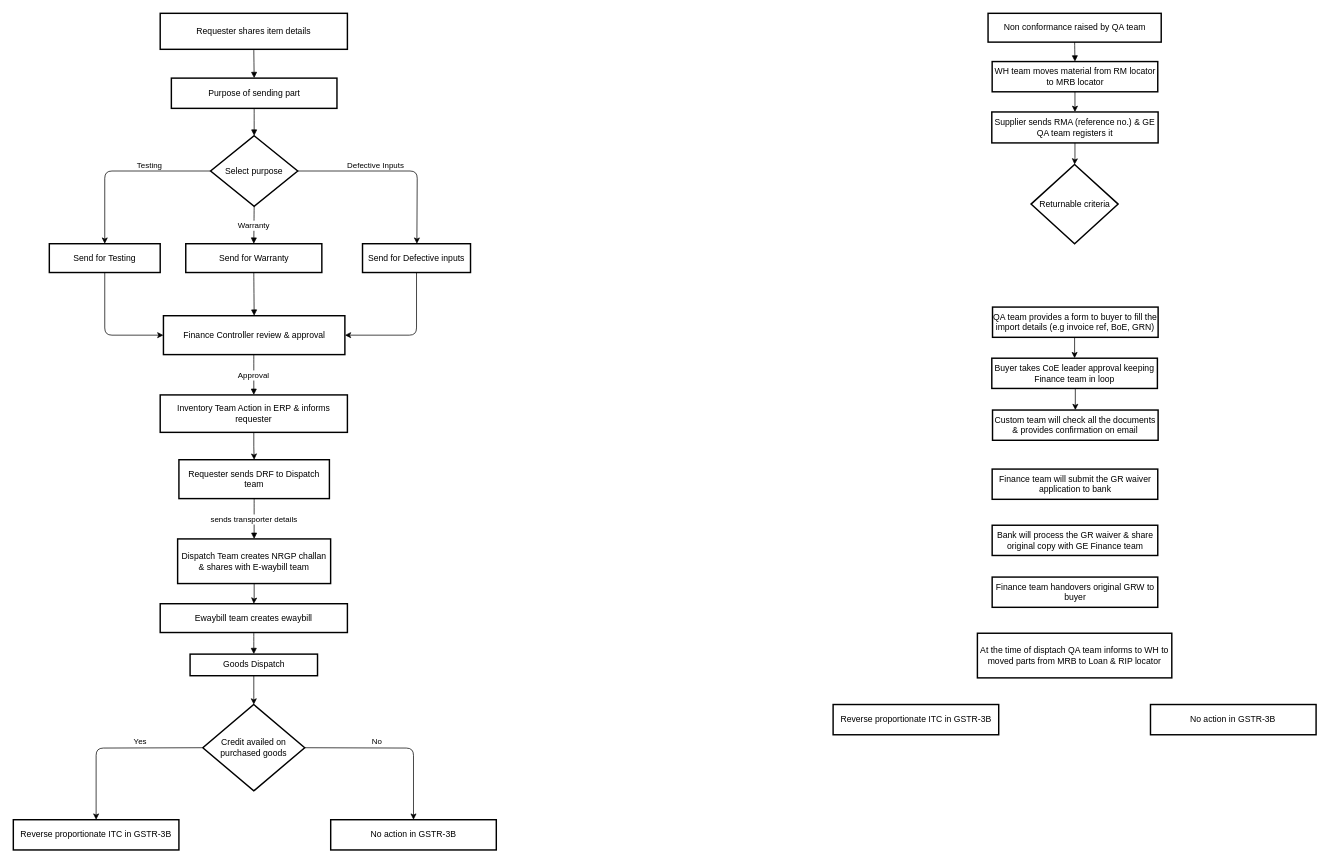
apk1995apk/M3 keeps this draw.io diagram as NRGP Flow.drawio. Above is the earlier version. Source tidied: cells renumbered, new cells numbered last; positions are measured from the earlier drawing's top-left corner, leaving out a move shared by most shapes. Both pictures are drawn from the tidied source at 72%, with x=0, y=0 at pixel (13, 13).
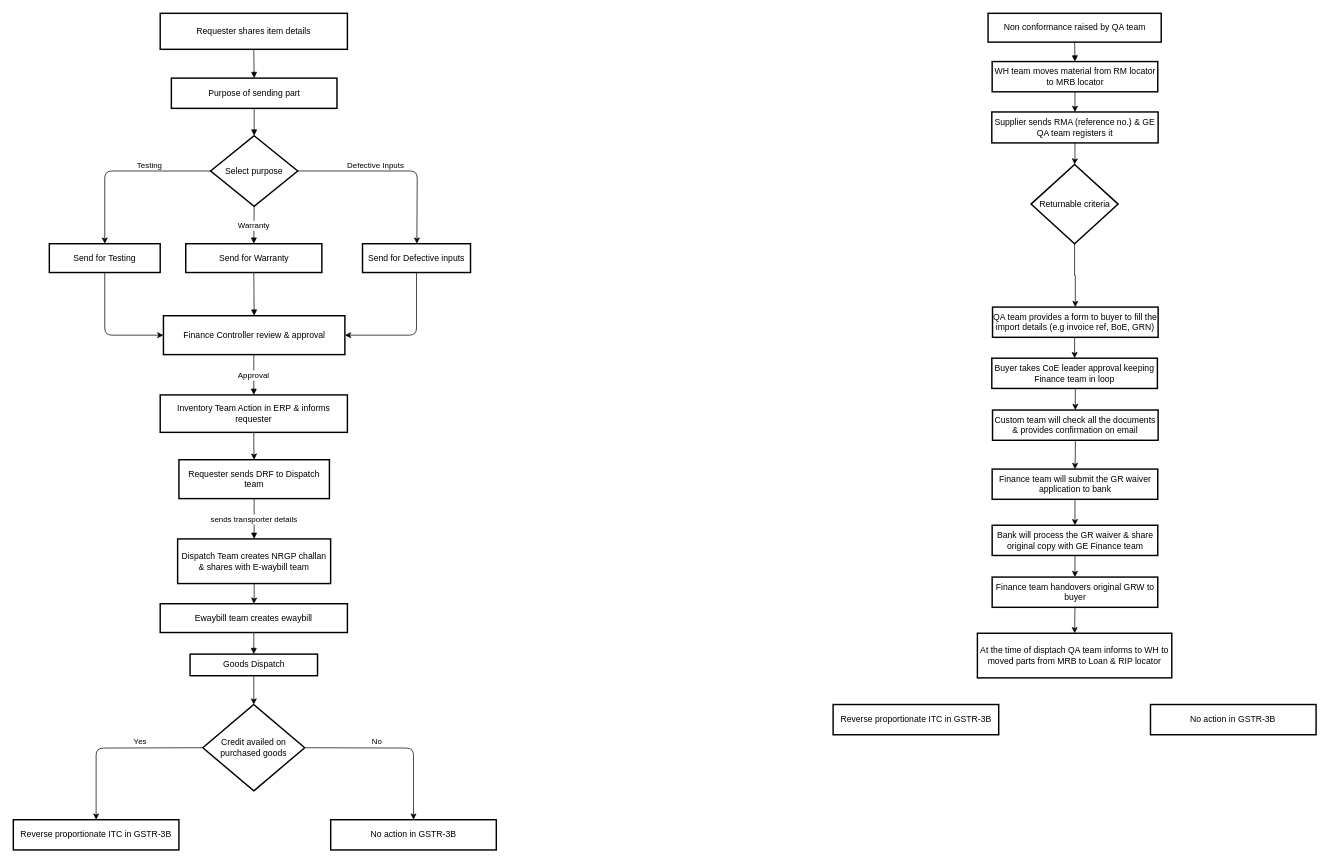
After the change.

The change refers to these unchanged cells:
```xml
<mxCell id="45" value="QA team provides a form to buyer to fill the import details (e.g invoice ref, BoE, GRN)" style="whiteSpace=wrap;strokeWidth=2;" parent="1" vertex="1">
  <mxGeometry x="1360" y="408" width="230" height="42" as="geometry" />
</mxCell>
<mxCell id="50" value="At the time of disptach QA team informs to WH to moved parts from MRB to Loan &amp; RIP locator" style="whiteSpace=wrap;strokeWidth=2;" parent="1" vertex="1">
  <mxGeometry x="1339" y="861" width="270" height="62" as="geometry" />
</mxCell>
<mxCell id="51" value="Finance team will submit the GR waiver application to bank" style="whiteSpace=wrap;strokeWidth=2;" parent="1" vertex="1">
  <mxGeometry x="1359.5" y="633" width="230" height="42" as="geometry" />
</mxCell>
<mxCell id="52" value="Custom team will check all the documents &amp; provides confirmation on email" style="whiteSpace=wrap;strokeWidth=2;" parent="1" vertex="1">
  <mxGeometry x="1360" y="551" width="230" height="42" as="geometry" />
</mxCell>
<mxCell id="53" value="Bank will process the GR waiver &amp; share original copy with GE Finance team" style="whiteSpace=wrap;strokeWidth=2;" parent="1" vertex="1">
  <mxGeometry x="1359.5" y="711" width="230" height="42" as="geometry" />
</mxCell>
<mxCell id="54" value="Finance team handovers original GRW to buyer" style="whiteSpace=wrap;strokeWidth=2;" parent="1" vertex="1">
  <mxGeometry x="1359.5" y="783" width="230" height="42" as="geometry" />
</mxCell>
<mxCell id="55" value="Returnable criteria" style="rhombus;strokeWidth=2;whiteSpace=wrap;" parent="1" vertex="1">
  <mxGeometry x="1413.5" y="210" width="121" height="110" as="geometry" />
</mxCell>
```

The edit, as a diff of the source:
```diff
@@
+    <mxCell id="56" style="edgeStyle=orthogonalEdgeStyle;rounded=0;jettySize=auto;html=1;exitX=0.5;exitY=1;exitDx=0;exitDy=0;entryX=0.5;entryY=0;entryDx=0;entryDy=0;" parent="1" edge="1" source="51" target="53">
+      <mxGeometry relative="1" as="geometry" />
+    </mxCell>
@@
+    <mxCell id="57" style="edgeStyle=orthogonalEdgeStyle;rounded=0;jettySize=auto;html=1;exitX=0.5;exitY=1;exitDx=0;exitDy=0;entryX=0.5;entryY=0;entryDx=0;entryDy=0;" parent="1" edge="1" source="52" target="51">
+      <mxGeometry relative="1" as="geometry" />
+    </mxCell>
@@
+    <mxCell id="58" style="edgeStyle=orthogonalEdgeStyle;rounded=0;jettySize=auto;html=1;exitX=0.5;exitY=1;exitDx=0;exitDy=0;entryX=0.5;entryY=0;entryDx=0;entryDy=0;" parent="1" edge="1" source="53" target="54">
+      <mxGeometry relative="1" as="geometry" />
+    </mxCell>
@@
+    <mxCell id="59" style="edgeStyle=orthogonalEdgeStyle;rounded=0;jettySize=auto;html=1;exitX=0.5;exitY=1;exitDx=0;exitDy=0;entryX=0.5;entryY=0;entryDx=0;entryDy=0;" parent="1" edge="1" source="54" target="50">
+      <mxGeometry relative="1" as="geometry" />
+    </mxCell>
@@
+    <mxCell id="60" style="edgeStyle=orthogonalEdgeStyle;rounded=0;jettySize=auto;html=1;" parent="1" edge="1" source="55" target="45">
+      <mxGeometry relative="1" as="geometry" />
+    </mxCell>
```
